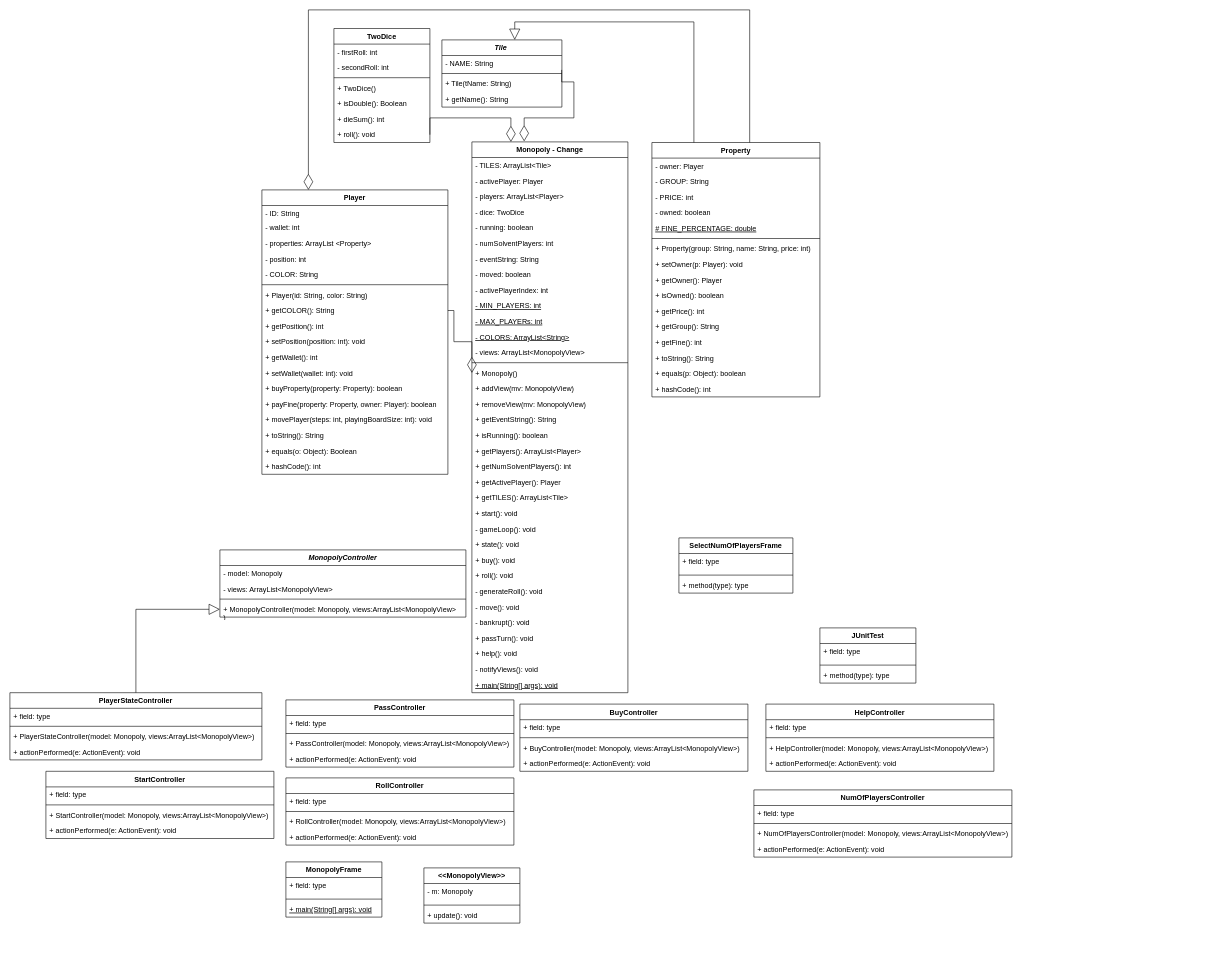
The draw.io diagram Monoply.drawio in MiniEinsteinD/MonopolyGame, before the edit. Source tidied: cells renumbered, new cells numbered last; positions are measured from the earlier drawing's top-left corner, leaving out a move shared by most shapes. Both pictures are drawn from the tidied source at 60%, with x=0, y=0 at pixel (10, 10).
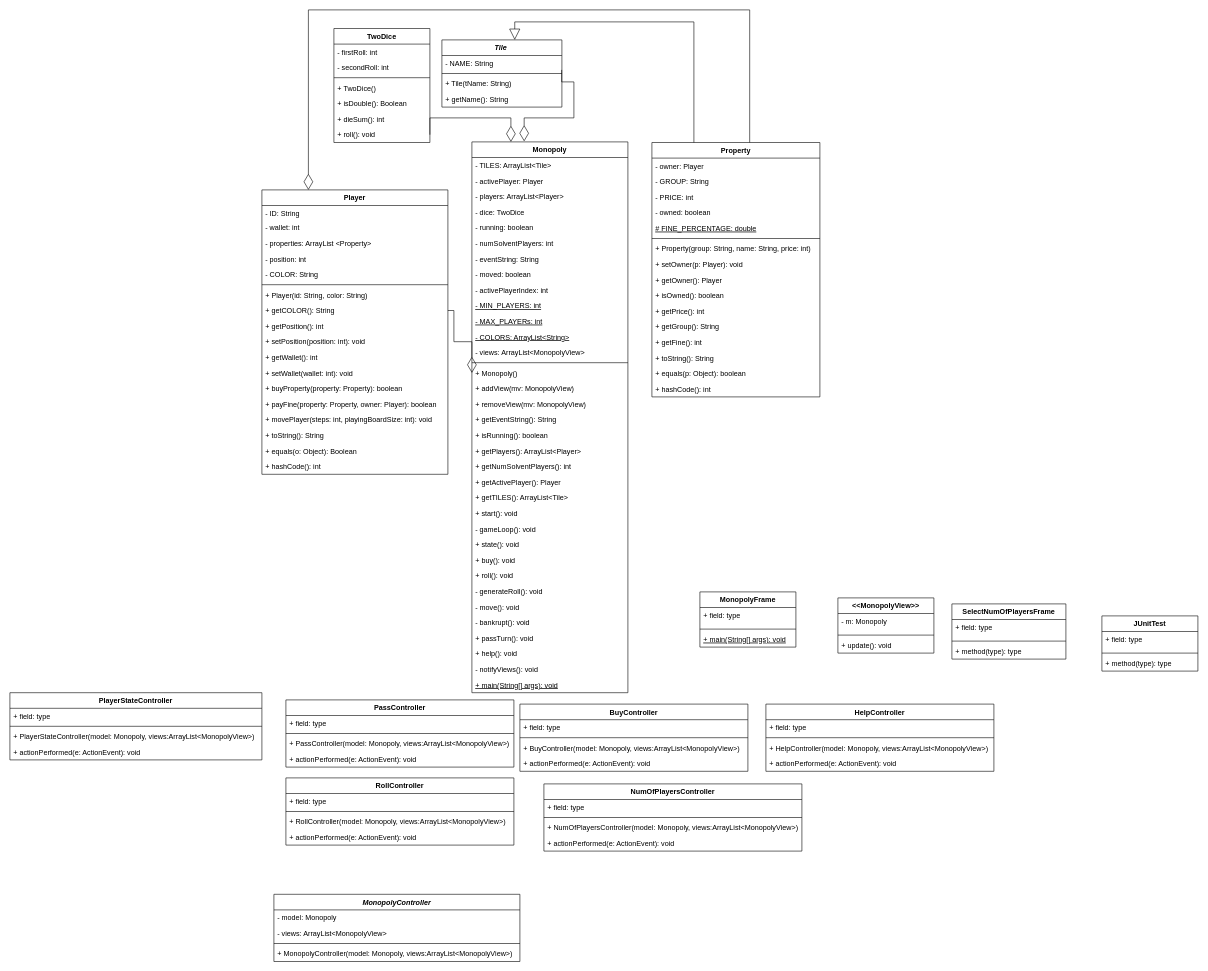
The same diagram, later.

Commit message (it also covers changes not shown here):
Milestone 2 controllers & model updates

The change refers to these unchanged cells:
```xml
<mxCell id="101" value="PlayerStateController" style="swimlane;fontStyle=1;align=center;verticalAlign=top;horizontal=1;startSize=26;" parent="1" vertex="1">
  <mxGeometry y="1138" width="420" height="112" as="geometry" />
</mxCell>
```

Change to the diagram source:
```diff
@@
-    <mxCell id="43" value="Monopoly - Change" style="swimlane;fontStyle=1;align=center;verticalAlign=top;horizontal=1;startSize=26;" parent="1" vertex="1">
+    <mxCell id="43" value="Monopoly" style="swimlane;fontStyle=1;align=center;verticalAlign=top;horizontal=1;startSize=26;" parent="1" vertex="1">
       <mxGeometry x="770" y="220" width="260" height="918" as="geometry" />
     </mxCell>
@@
     <mxCell id="92" value="MonopolyController" style="swimlane;fontStyle=3;align=center;verticalAlign=top;horizontal=1;startSize=26;" parent="1" vertex="1">
-      <mxGeometry x="350" y="900" width="410" height="112" as="geometry" />
+      <mxGeometry x="440" y="1474" width="410" height="112" as="geometry" />
     </mxCell>
@@
-    <mxCell id="96" value="+ MonopolyController(model: Monopoly, views:ArrayList&lt;MonopolyView&gt;&#10;)" style="text;strokeColor=none;fillColor=none;align=left;verticalAlign=top;spacingLeft=4;spacingRight=4;overflow=hidden;points=[[0,0.5],[1,0.5]];portConstraint=eastwest;" parent="92" vertex="1">
+    <mxCell id="96" value="+ MonopolyController(model: Monopoly, views:ArrayList&lt;MonopolyView&gt;)" style="text;strokeColor=none;fillColor=none;align=left;verticalAlign=top;spacingLeft=4;spacingRight=4;overflow=hidden;points=[[0,0.5],[1,0.5]];portConstraint=eastwest;" parent="92" vertex="1">
       <mxGeometry y="86" width="410" height="26" as="geometry" />
     </mxCell>
     <mxCell id="97" value="&lt;&lt;MonopolyView&gt;&gt;" style="swimlane;fontStyle=1;align=center;verticalAlign=top;horizontal=1;startSize=26;" parent="1" vertex="1">
-      <mxGeometry x="690" y="1430" width="160" height="92" as="geometry" />
+      <mxGeometry x="1380" y="980" width="160" height="92" as="geometry" />
     </mxCell>
@@
-    <mxCell id="126" value="StartController" style="swimlane;fontStyle=1;align=center;verticalAlign=top;horizontal=1;startSize=26;" parent="1" vertex="1">
-      <mxGeometry x="60" y="1269" width="380" height="112" as="geometry" />
-    </mxCell>
-    <mxCell id="127" value="+ field: type" style="text;strokeColor=none;fillColor=none;align=left;verticalAlign=top;spacingLeft=4;spacingRight=4;overflow=hidden;" parent="126" vertex="1">
-      <mxGeometry y="26" width="380" height="26" as="geometry" />
-    </mxCell>
-    <mxCell id="128" style="line;strokeWidth=1;fillColor=none;align=left;verticalAlign=middle;spacingTop=-1;spacingLeft=3;spacingRight=3;labelPosition=right;" parent="126" vertex="1">
-      <mxGeometry y="52" width="380" height="8" as="geometry" />
-    </mxCell>
-    <mxCell id="129" value="+ StartController(model: Monopoly, views:ArrayList&lt;MonopolyView&gt;)" style="text;strokeColor=none;fillColor=none;align=left;verticalAlign=top;spacingLeft=4;spacingRight=4;overflow=hidden;" parent="126" vertex="1">
-      <mxGeometry y="60" width="380" height="26" as="geometry" />
-    </mxCell>
-    <mxCell id="130" value="+ actionPerformed(e: ActionEvent): void" style="text;strokeColor=none;fillColor=none;align=left;verticalAlign=top;spacingLeft=4;spacingRight=4;overflow=hidden;" parent="126" vertex="1">
-      <mxGeometry y="86" width="380" height="26" as="geometry" />
-    </mxCell>
     <mxCell id="131" value="MonopolyFrame" style="swimlane;fontStyle=1;align=center;verticalAlign=top;horizontal=1;startSize=26;" parent="1" vertex="1">
-      <mxGeometry x="460" y="1420" width="160" height="92" as="geometry" />
+      <mxGeometry x="1150" y="970" width="160" height="92" as="geometry" />
     </mxCell>
@@
     <mxCell id="135" value="JUnitTest" style="swimlane;fontStyle=1;align=center;verticalAlign=top;horizontal=1;startSize=26;" parent="1" vertex="1">
-      <mxGeometry x="1350" y="1030" width="160" height="92" as="geometry" />
+      <mxGeometry x="1820" y="1010" width="160" height="92" as="geometry" />
     </mxCell>
@@
     <mxCell id="139" value="NumOfPlayersController" style="swimlane;fontStyle=1;align=center;verticalAlign=top;horizontal=1;startSize=26;" parent="1" vertex="1">
-      <mxGeometry x="1240" y="1300" width="430" height="112" as="geometry" />
+      <mxGeometry x="890" y="1290" width="430" height="112" as="geometry" />
     </mxCell>
@@
     <mxCell id="144" value="SelectNumOfPlayersFrame" style="swimlane;fontStyle=1;align=center;verticalAlign=top;horizontal=1;startSize=26;" parent="1" vertex="1">
-      <mxGeometry x="1115" y="880" width="190" height="92" as="geometry" />
+      <mxGeometry x="1570" y="990" width="190" height="92" as="geometry" />
     </mxCell>
@@
-    <mxCell id="148" style="endArrow=block;endSize=16;endFill=0;html=1;rounded=0;edgeStyle=orthogonalEdgeStyle;entryX=0;entryY=0.5;entryDx=0;entryDy=0;exitX=0.5;exitY=0;exitDx=0;exitDy=0;" parent="1" edge="1" source="101" target="96">
-      <mxGeometry relative="1" as="geometry" />
-    </mxCell>
```
